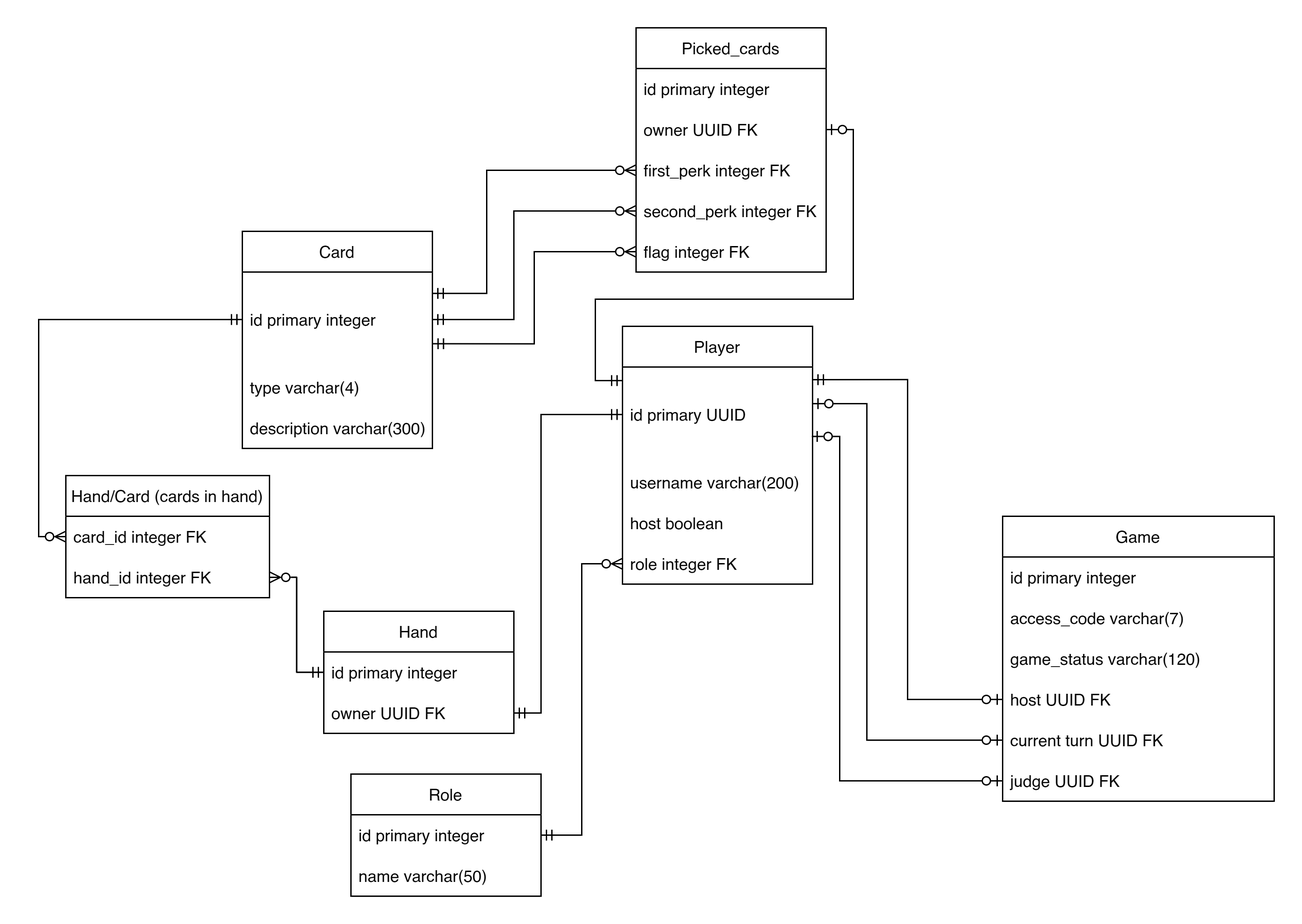
Earlier version of the draw.io export server/redflags_db.png (SilvioJPEG/redflags-webgame). Source tidied: cells renumbered, new cells last; positions are measured from the earlier drawing's top-left corner, leaving out a move shared by most shapes.
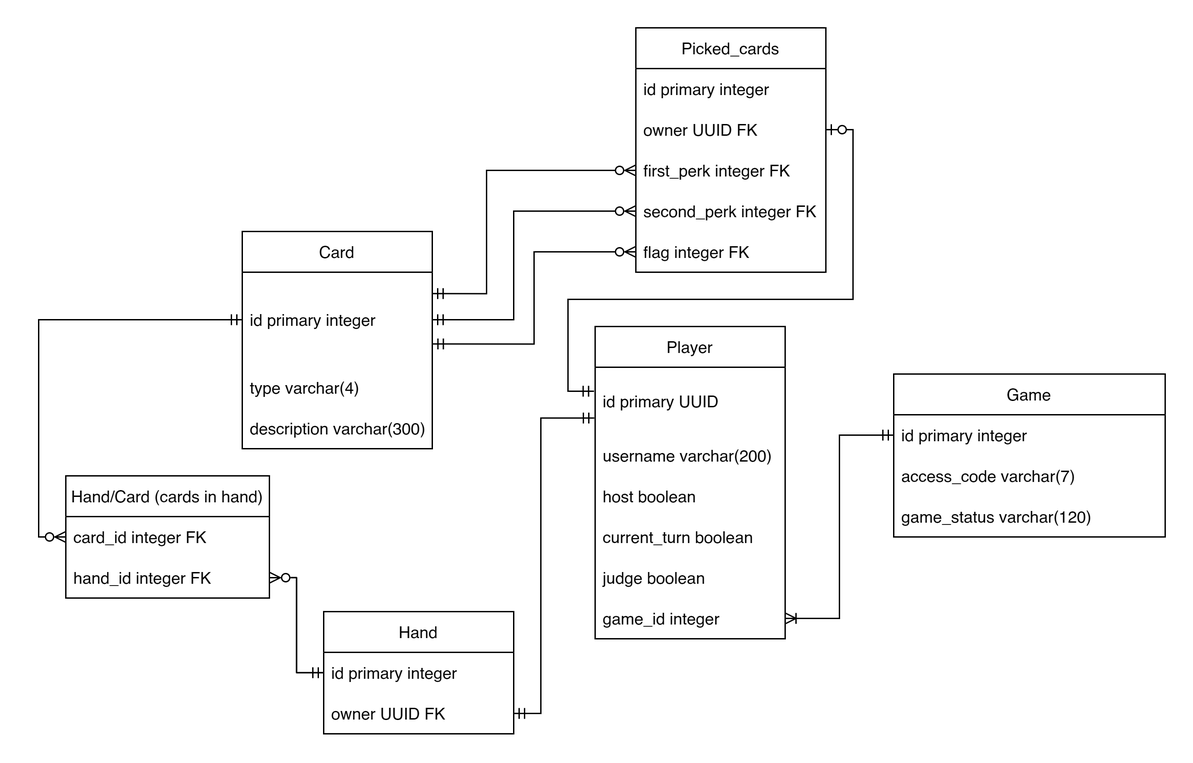
After the commit.

Commit message:
created db according to ER model and migrated it

The edit, as a diff of the source:
```diff
@@ -3,20 +3,26 @@
     <mxCell id="0" />
     <mxCell id="1" parent="0" />
     <mxCell id="2" value="Player" style="swimlane;fontStyle=0;horizontal=1;startSize=30;" parent="1" vertex="1">
-      <mxGeometry x="410" y="220" width="140" height="190" as="geometry" />
+      <mxGeometry x="390" y="220" width="140" height="230" as="geometry" />
     </mxCell>
     <mxCell id="3" value="id primary UUID" style="text;strokeColor=none;fillColor=none;align=left;verticalAlign=middle;spacingLeft=4;spacingRight=4;overflow=hidden;points=[[0,0.5],[1,0.5]];portConstraint=eastwest;" parent="2" vertex="1">
-      <mxGeometry y="30" width="140" height="70" as="geometry" />
+      <mxGeometry y="30" width="140" height="50" as="geometry" />
     </mxCell>
     <mxCell id="4" value="username varchar(200)" style="text;strokeColor=none;fillColor=none;align=left;verticalAlign=middle;spacingLeft=4;spacingRight=4;overflow=hidden;" parent="2" vertex="1">
-      <mxGeometry y="100" width="140" height="30" as="geometry" />
+      <mxGeometry y="80" width="140" height="30" as="geometry" />
     </mxCell>
     <mxCell id="5" value="host boolean" style="text;strokeColor=none;fillColor=none;align=left;verticalAlign=middle;spacingLeft=4;spacingRight=4;overflow=hidden;" parent="2" vertex="1">
-      <mxGeometry y="130" width="140" height="30" as="geometry" />
+      <mxGeometry y="110" width="140" height="30" as="geometry" />
     </mxCell>
-    <mxCell id="6" value="role integer FK" style="text;strokeColor=none;fillColor=none;align=left;verticalAlign=middle;spacingLeft=4;spacingRight=4;overflow=hidden;points=[[0,0.5],[1,0.5]];portConstraint=eastwest;" parent="2" vertex="1">
-      <mxGeometry y="160" width="140" height="30" as="geometry" />
-    </mxCell>
+    <mxCell id="44" value="current_turn boolean" style="text;strokeColor=none;fillColor=none;align=left;verticalAlign=middle;spacingLeft=4;spacingRight=4;overflow=hidden;" parent="2" vertex="1">
+      <mxGeometry y="140" width="140" height="30" as="geometry" />
+    </mxCell>
+    <mxCell id="45" value="judge boolean" style="text;strokeColor=none;fillColor=none;align=left;verticalAlign=middle;spacingLeft=4;spacingRight=4;overflow=hidden;" parent="2" vertex="1">
+      <mxGeometry y="170" width="140" height="30" as="geometry" />
+    </mxCell>
+    <mxCell id="46" value="game_id integer" style="text;strokeColor=none;fillColor=none;align=left;verticalAlign=middle;spacingLeft=4;spacingRight=4;overflow=hidden;points=[[0,0.5],[1,0.5]];portConstraint=eastwest;" parent="2" vertex="1">
+      <mxGeometry y="200" width="140" height="30" as="geometry" />
+    </mxCell>
     <mxCell id="7" value="Card" style="swimlane;fontStyle=0;horizontal=1;startSize=30;" parent="1" vertex="1">
       <mxGeometry x="130" y="150" width="140" height="160" as="geometry" />
     </mxCell>
@@ -30,7 +36,7 @@
       <mxGeometry y="130" width="140" height="30" as="geometry" />
     </mxCell>
     <mxCell id="11" value="Game" style="swimlane;fontStyle=0;horizontal=1;startSize=30;" parent="1" vertex="1">
-      <mxGeometry x="690" y="360" width="200" height="210" as="geometry" />
+      <mxGeometry x="610" y="255" width="200" height="120" as="geometry" />
     </mxCell>
     <mxCell id="12" value="id primary integer" style="text;strokeColor=none;fillColor=none;align=left;verticalAlign=middle;spacingLeft=4;spacingRight=4;overflow=hidden;points=[[0,0.5],[1,0.5]];portConstraint=eastwest;" parent="11" vertex="1">
       <mxGeometry y="30" width="200" height="30" as="geometry" />
@@ -41,15 +47,6 @@
     <mxCell id="14" value="game_status varchar(120)" style="text;strokeColor=none;fillColor=none;align=left;verticalAlign=middle;spacingLeft=4;spacingRight=4;overflow=hidden;" parent="11" vertex="1">
       <mxGeometry y="90" width="200" height="30" as="geometry" />
     </mxCell>
-    <mxCell id="15" value="host UUID FK" style="text;strokeColor=none;fillColor=none;align=left;verticalAlign=middle;spacingLeft=4;spacingRight=4;overflow=hidden;points=[[0,0.5],[1,0.5]];portConstraint=eastwest;" parent="11" vertex="1">
-      <mxGeometry y="120" width="200" height="30" as="geometry" />
-    </mxCell>
-    <mxCell id="16" value="current turn UUID FK" style="text;strokeColor=none;fillColor=none;align=left;verticalAlign=middle;spacingLeft=4;spacingRight=4;overflow=hidden;points=[[0,0.5],[1,0.5]];portConstraint=eastwest;" parent="11" vertex="1">
-      <mxGeometry y="150" width="200" height="30" as="geometry" />
-    </mxCell>
-    <mxCell id="17" value="judge UUID FK" style="text;strokeColor=none;fillColor=none;align=left;verticalAlign=middle;spacingLeft=4;spacingRight=4;overflow=hidden;points=[[0,0.5],[1,0.5]];portConstraint=eastwest;" parent="11" vertex="1">
-      <mxGeometry y="180" width="200" height="30" as="geometry" />
-    </mxCell>
     <mxCell id="18" value="Hand" style="swimlane;fontStyle=0;horizontal=1;startSize=30;" parent="1" vertex="1">
       <mxGeometry x="190" y="430" width="140" height="90" as="geometry" />
     </mxCell>
@@ -77,18 +74,6 @@
     <mxCell id="26" value="flag integer FK" style="text;strokeColor=none;fillColor=none;align=left;verticalAlign=middle;spacingLeft=4;spacingRight=4;overflow=hidden;points=[[0,0.5],[1,0.5]];portConstraint=eastwest;" parent="21" vertex="1">
       <mxGeometry y="150" width="140" height="30" as="geometry" />
     </mxCell>
-    <mxCell id="27" value="Role" style="swimlane;fontStyle=0;horizontal=1;startSize=30;" parent="1" vertex="1">
-      <mxGeometry x="210" y="550" width="140" height="90" as="geometry" />
-    </mxCell>
-    <mxCell id="28" value="id primary integer" style="text;strokeColor=none;fillColor=none;align=left;verticalAlign=middle;spacingLeft=4;spacingRight=4;overflow=hidden;points=[[0,0.5],[1,0.5]];portConstraint=eastwest;" parent="27" vertex="1">
-      <mxGeometry y="30" width="140" height="30" as="geometry" />
-    </mxCell>
-    <mxCell id="29" value="name varchar(50) " style="text;strokeColor=none;fillColor=none;align=left;verticalAlign=middle;spacingLeft=4;spacingRight=4;overflow=hidden;" parent="27" vertex="1">
-      <mxGeometry y="60" width="140" height="30" as="geometry" />
-    </mxCell>
-    <mxCell id="30" style="edgeStyle=orthogonalEdgeStyle;rounded=0;jettySize=auto;html=1;exitX=0;exitY=0.5;exitDx=0;exitDy=0;entryX=1;entryY=0.5;entryDx=0;entryDy=0;endArrow=ERmandOne;endFill=0;startArrow=ERzeroToMany;startFill=0;" parent="1" edge="1" source="6" target="28">
-      <mxGeometry relative="1" as="geometry" />
-    </mxCell>
     <mxCell id="31" value="Hand/Card (cards in hand)" style="swimlane;fontStyle=0;horizontal=1;startSize=30;" parent="1" vertex="1">
       <mxGeometry y="330" width="150" height="90" as="geometry" />
     </mxCell>
@@ -101,44 +86,24 @@
     <mxCell id="34" style="edgeStyle=orthogonalEdgeStyle;rounded=0;jettySize=auto;html=1;exitX=1;exitY=0.5;exitDx=0;exitDy=0;entryX=0;entryY=0.5;entryDx=0;entryDy=0;startArrow=ERzeroToMany;startFill=0;endArrow=ERmandOne;endFill=0;" parent="1" edge="1" source="33" target="19">
       <mxGeometry relative="1" as="geometry" />
     </mxCell>
-    <mxCell id="35" style="edgeStyle=orthogonalEdgeStyle;rounded=0;jettySize=auto;html=1;exitX=1;exitY=0.5;exitDx=0;exitDy=0;startArrow=ERmandOne;startFill=0;endArrow=ERmandOne;endFill=0;entryX=0;entryY=0.5;entryDx=0;entryDy=0;" parent="1" edge="1" source="20" target="3">
+    <mxCell id="35" style="edgeStyle=orthogonalEdgeStyle;rounded=0;jettySize=auto;html=1;exitX=1;exitY=0.5;exitDx=0;exitDy=0;startArrow=ERmandOne;startFill=0;endArrow=ERmandOne;endFill=0;entryX=-0.005;entryY=0.748;entryDx=0;entryDy=0;entryPerimeter=0;" parent="1" edge="1" source="20" target="3">
       <mxGeometry relative="1" as="geometry">
         <Array as="points">
           <mxPoint x="350" y="505" />
-          <mxPoint x="350" y="285" />
+          <mxPoint x="350" y="287" />
         </Array>
       </mxGeometry>
     </mxCell>
     <mxCell id="36" style="edgeStyle=orthogonalEdgeStyle;rounded=0;jettySize=auto;html=1;exitX=0;exitY=0.5;exitDx=0;exitDy=0;entryX=0;entryY=0.5;entryDx=0;entryDy=0;startArrow=ERmandOne;startFill=0;endArrow=ERzeroToMany;endFill=0;" parent="1" edge="1" source="8" target="32">
       <mxGeometry relative="1" as="geometry" />
     </mxCell>
-    <mxCell id="37" style="edgeStyle=orthogonalEdgeStyle;rounded=0;jettySize=auto;html=1;exitX=0;exitY=0.5;exitDx=0;exitDy=0;entryX=1;entryY=0.133;entryDx=0;entryDy=0;startArrow=ERzeroToOne;startFill=0;endArrow=ERmandOne;endFill=0;entryPerimeter=0;" parent="1" edge="1" source="15" target="3">
-      <mxGeometry relative="1" as="geometry" />
-    </mxCell>
-    <mxCell id="38" style="edgeStyle=orthogonalEdgeStyle;rounded=0;jettySize=auto;html=1;exitX=0;exitY=0.5;exitDx=0;exitDy=0;entryX=1;entryY=0.392;entryDx=0;entryDy=0;entryPerimeter=0;startArrow=ERzeroToOne;startFill=0;endArrow=ERzeroToOne;endFill=0;" parent="1" edge="1" source="16" target="3">
-      <mxGeometry relative="1" as="geometry">
-        <Array as="points">
-          <mxPoint x="590" y="525" />
-          <mxPoint x="590" y="277" />
-          <mxPoint x="550" y="277" />
-        </Array>
-      </mxGeometry>
-    </mxCell>
-    <mxCell id="39" style="edgeStyle=orthogonalEdgeStyle;rounded=0;jettySize=auto;html=1;exitX=0;exitY=0.5;exitDx=0;exitDy=0;entryX=0.996;entryY=0.731;entryDx=0;entryDy=0;entryPerimeter=0;startArrow=ERzeroToOne;startFill=0;endArrow=ERzeroToOne;endFill=0;" parent="1" edge="1" source="17" target="3">
-      <mxGeometry relative="1" as="geometry">
-        <Array as="points">
-          <mxPoint x="570" y="555" />
-          <mxPoint x="570" y="301" />
-        </Array>
-      </mxGeometry>
-    </mxCell>
-    <mxCell id="40" style="edgeStyle=orthogonalEdgeStyle;rounded=0;jettySize=auto;html=1;exitX=1;exitY=0.5;exitDx=0;exitDy=0;entryX=0;entryY=0.143;entryDx=0;entryDy=0;entryPerimeter=0;startArrow=ERzeroToOne;startFill=0;endArrow=ERmandOne;endFill=0;" parent="1" edge="1" source="23" target="3">
+    <mxCell id="40" style="edgeStyle=orthogonalEdgeStyle;rounded=0;jettySize=auto;html=1;exitX=1;exitY=0.5;exitDx=0;exitDy=0;entryX=-0.006;entryY=0.353;entryDx=0;entryDy=0;entryPerimeter=0;startArrow=ERzeroToOne;startFill=0;endArrow=ERmandOne;endFill=0;" parent="1" edge="1" source="23" target="3">
       <mxGeometry relative="1" as="geometry">
         <Array as="points">
           <mxPoint x="580" y="75" />
           <mxPoint x="580" y="200" />
-          <mxPoint x="390" y="200" />
-          <mxPoint x="390" y="260" />
+          <mxPoint x="370" y="200" />
+          <mxPoint x="370" y="268" />
         </Array>
       </mxGeometry>
     </mxCell>
@@ -161,5 +126,8 @@
     <mxCell id="43" style="edgeStyle=orthogonalEdgeStyle;rounded=0;jettySize=auto;html=1;exitX=0;exitY=0.5;exitDx=0;exitDy=0;startArrow=ERzeroToMany;startFill=0;endArrow=ERmandOne;endFill=0;entryX=1.001;entryY=0.755;entryDx=0;entryDy=0;entryPerimeter=0;" parent="1" edge="1" source="26" target="8">
       <mxGeometry relative="1" as="geometry" />
     </mxCell>
+    <mxCell id="47" style="edgeStyle=orthogonalEdgeStyle;rounded=0;jettySize=auto;html=1;exitX=1;exitY=0.5;exitDx=0;exitDy=0;entryX=0;entryY=0.5;entryDx=0;entryDy=0;startArrow=ERoneToMany;startFill=0;endArrow=ERmandOne;endFill=0;" parent="1" edge="1" source="46" target="12">
+      <mxGeometry relative="1" as="geometry" />
+    </mxCell>
   </root>
 </mxGraphModel>
```
